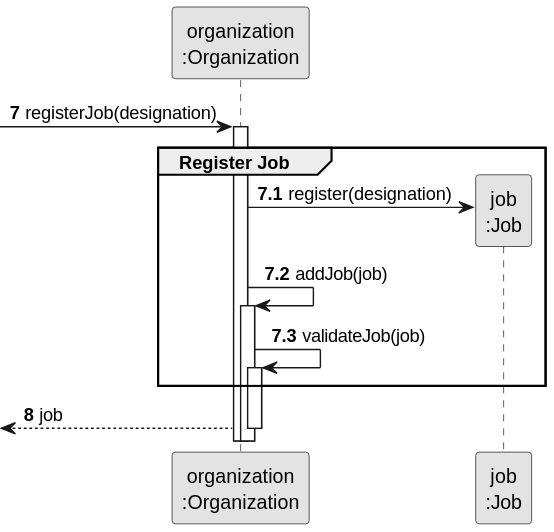
diogoveirospro/lei-24-s2-1dg-g072 keeps this PlantUML diagram as docs/sprintB/us002/03.design/svg/us002-sequence-diagram-partial-register-job.svg. Above is the earlier version.
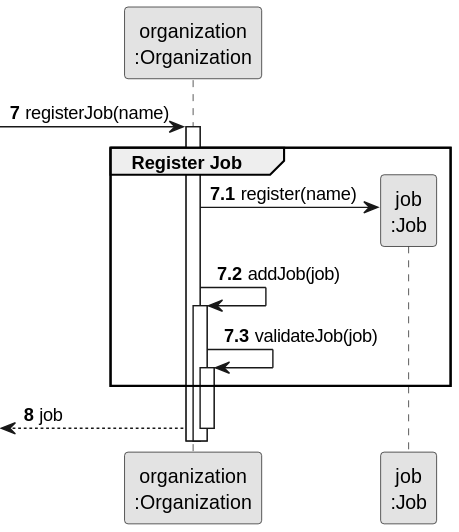
Later version of the same file.

Commit message:
Corrections to the partial and full sequence diagram and completion of the class diagram.

Change to the diagram source:
```diff
@@ -7,16 +7,16 @@
 participant "job\n:Job" as Job
 
 autonumber 7
--> ORG: registerJob(designation)
+-> ORG: registerJob(name)
 
 autonumber 7.1
 activate ORG
     group Register Job
 
-        ORG -> Job**: register(designation)
+        ORG -> Job**: register(name)
         ORG -> ORG: addJob(job)
+        activate ORG
 
-        activate ORG
             ORG -> ORG: validateJob(job)
             activate ORG
 
```
